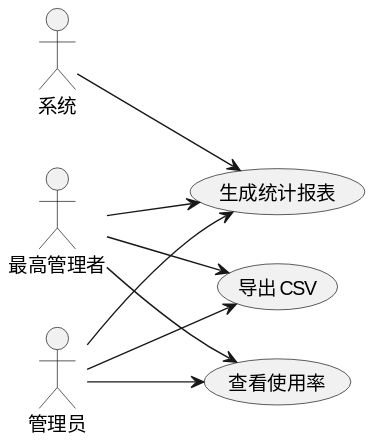
This is usecase/docs/overview/img/analytics.svg from greenhandzdl/charging-station-doc, a PlantUML export, as it was before one commit. Source of this version:
```plantuml
@startuml
left to right direction
skinparam useCaseShape rectangle

actor "系统" as S
actor "管理员" as A
actor "最高管理者" as SA

usecase "生成统计报表" as GR
usecase "查看使用率" as VU
usecase "导出 CSV" as EXP

S --> GR
A --> GR
A --> VU
A --> EXP
SA --> GR
SA --> VU
SA --> EXP
@enduml
```
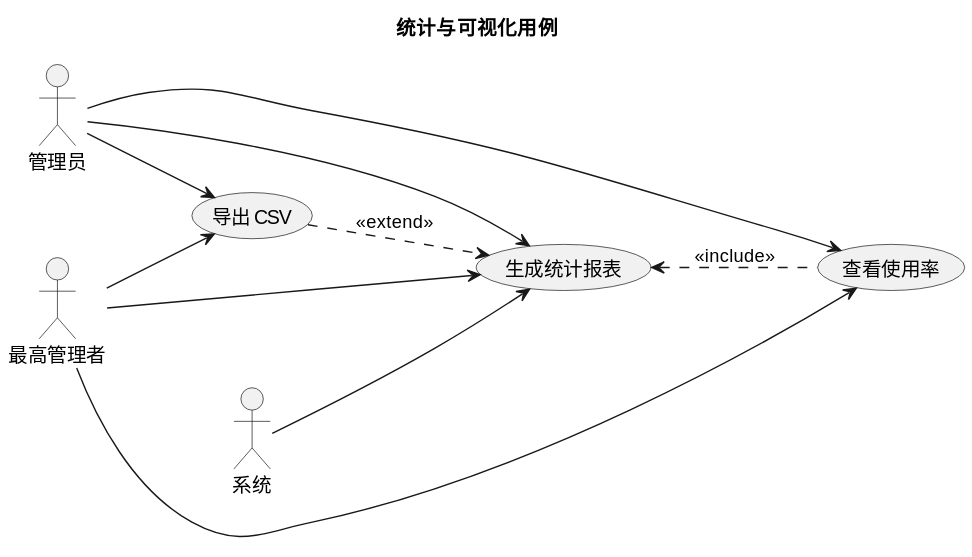
After the change.

Diff of the diagram source:
```diff
@@ -1,4 +1,5 @@
 @startuml
+title 统计与可视化用例
 left to right direction
 skinparam useCaseShape rectangle
 
@@ -17,4 +18,7 @@
 SA --> GR
 SA --> VU
 SA --> EXP
+
+GR <.down. VU : <<include>>
+EXP ..> GR : <<extend>>
 @enduml
```
